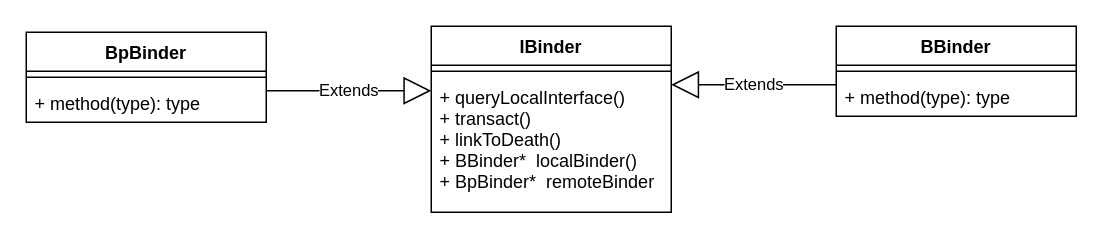
Above: binder/diagram/libbinder class relationship.drawio in cuijpus/Android (draw.io), before the change. Source tidied: cells renumbered, new cells numbered last; positions are measured from the earlier drawing's top-left corner, leaving out a move shared by most shapes. Both pictures are drawn from the tidied source at 150%, with x=0, y=0 at pixel (26, 26).
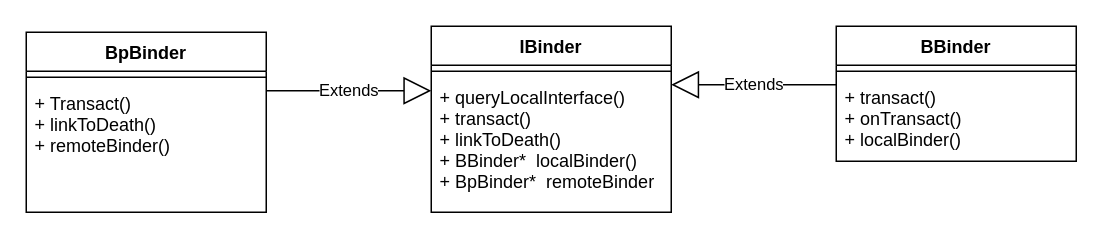
The same diagram, later.

The edit, as a diff of the source:
```diff
@@
 <mxGraphModel>
   <root>
     <mxCell id="0" />
     <mxCell id="1" parent="0" />
     <mxCell id="2" value="IBinder" style="swimlane;fontStyle=1;align=center;verticalAlign=top;horizontal=1;startSize=26;" parent="1" vertex="1">
       <mxGeometry x="270" width="160" height="124" as="geometry" />
     </mxCell>
     <mxCell id="3" value="Extends" style="endArrow=block;endSize=16;endFill=0;html=1;exitX=1;exitY=0.5;exitDx=0;exitDy=0;" parent="2" edge="1">
       <mxGeometry relative="1" as="geometry">
         <mxPoint x="-110" y="43" as="sourcePoint" />
         <mxPoint y="43" as="targetPoint" />
       </mxGeometry>
     </mxCell>
     <mxCell id="4" style="line;strokeWidth=1;fillColor=none;align=left;verticalAlign=middle;spacingTop=-1;spacingLeft=3;spacingRight=3;labelPosition=right;" parent="2" vertex="1">
       <mxGeometry y="26" width="160" height="8" as="geometry" />
     </mxCell>
     <mxCell id="5" value="+ queryLocalInterface()&#10;+ transact()&#10;+ linkToDeath()&#10;+ BBinder*  localBinder()&#10;+ BpBinder*  remoteBinder" style="text;strokeColor=none;fillColor=none;align=left;verticalAlign=top;spacingLeft=4;spacingRight=4;overflow=hidden;" parent="2" vertex="1">
       <mxGeometry y="34" width="160" height="90" as="geometry" />
     </mxCell>
     <mxCell id="6" value="BpBinder" style="swimlane;fontStyle=1;align=center;verticalAlign=top;horizontal=1;startSize=26;" parent="1" vertex="1">
-      <mxGeometry y="4" width="160" height="60" as="geometry" />
+      <mxGeometry y="4" width="160" height="120" as="geometry" />
     </mxCell>
     <mxCell id="7" style="line;strokeWidth=1;fillColor=none;align=left;verticalAlign=middle;spacingTop=-1;spacingLeft=3;spacingRight=3;labelPosition=right;" parent="6" vertex="1">
       <mxGeometry y="26" width="160" height="8" as="geometry" />
     </mxCell>
-    <mxCell id="8" value="+ method(type): type" style="text;strokeColor=none;fillColor=none;align=left;verticalAlign=top;spacingLeft=4;spacingRight=4;overflow=hidden;" parent="6" vertex="1">
-      <mxGeometry y="34" width="160" height="26" as="geometry" />
+    <mxCell id="8" value="+ Transact()&#10;+ linkToDeath()&#10;+ remoteBinder()&#10;" style="text;strokeColor=none;fillColor=none;align=left;verticalAlign=top;spacingLeft=4;spacingRight=4;overflow=hidden;" parent="6" vertex="1">
+      <mxGeometry y="34" width="160" height="86" as="geometry" />
     </mxCell>
     <mxCell id="9" value="BBinder&#10;&#10;" style="swimlane;fontStyle=1;align=center;verticalAlign=top;horizontal=1;startSize=26;" parent="1" vertex="1">
-      <mxGeometry x="540" width="160" height="60" as="geometry" />
+      <mxGeometry x="540" width="160" height="90" as="geometry" />
     </mxCell>
     <mxCell id="10" style="line;strokeWidth=1;fillColor=none;align=left;verticalAlign=middle;spacingTop=-1;spacingLeft=3;spacingRight=3;labelPosition=right;" parent="9" vertex="1">
       <mxGeometry y="26" width="160" height="8" as="geometry" />
     </mxCell>
-    <mxCell id="11" value="+ method(type): type" style="text;strokeColor=none;fillColor=none;align=left;verticalAlign=top;spacingLeft=4;spacingRight=4;overflow=hidden;" parent="9" vertex="1">
-      <mxGeometry y="34" width="160" height="26" as="geometry" />
+    <mxCell id="11" value="+ transact()&#10;+ onTransact()&#10;+ localBinder()&#10;" style="text;strokeColor=none;fillColor=none;align=left;verticalAlign=top;spacingLeft=4;spacingRight=4;overflow=hidden;" parent="9" vertex="1">
+      <mxGeometry y="34" width="160" height="56" as="geometry" />
     </mxCell>
     <mxCell id="12" value="Extends" style="endArrow=block;endSize=16;endFill=0;html=1;entryX=1;entryY=0.5;entryDx=0;entryDy=0;exitX=0;exitY=0.5;exitDx=0;exitDy=0;" parent="1" edge="1">
       <mxGeometry relative="1" as="geometry">
         <mxPoint x="540" y="39" as="sourcePoint" />
         <mxPoint x="430" y="39" as="targetPoint" />
       </mxGeometry>
     </mxCell>
   </root>
 </mxGraphModel>
```
